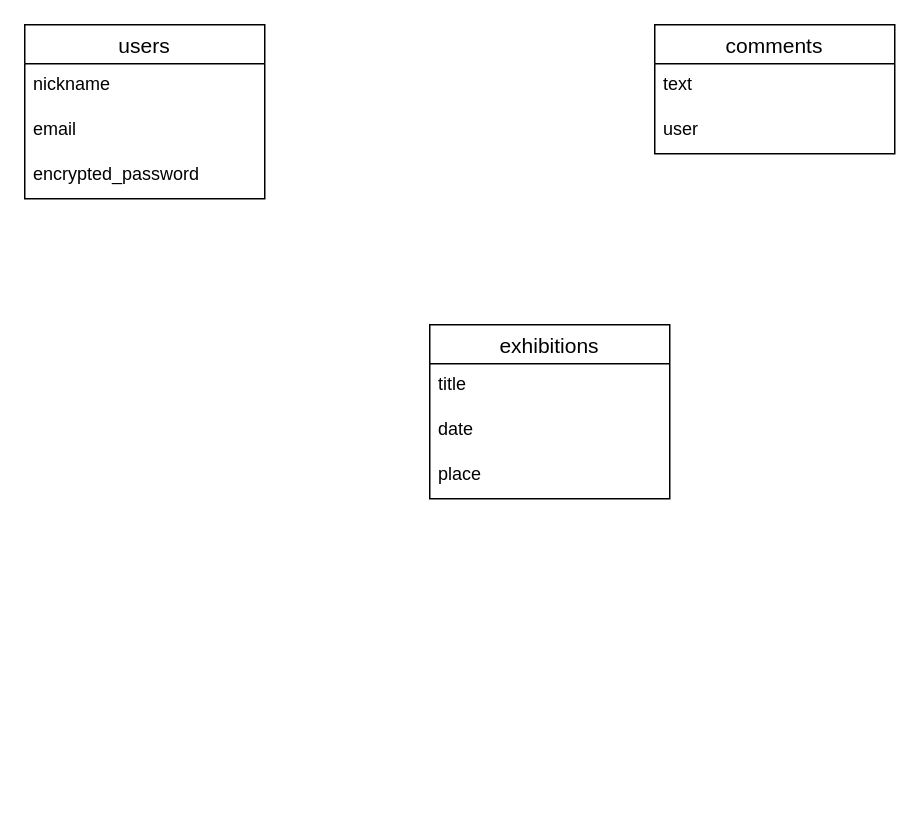
This is er.dio from mt1213123/artweb, a draw.io file, before an edit. Source tidied: cells renumbered, new cells numbered last; positions are measured from the earlier drawing's top-left corner, leaving out a move shared by most shapes. Both pictures are drawn from the tidied source at 150%, with x=0, y=0 at pixel (24, 24).
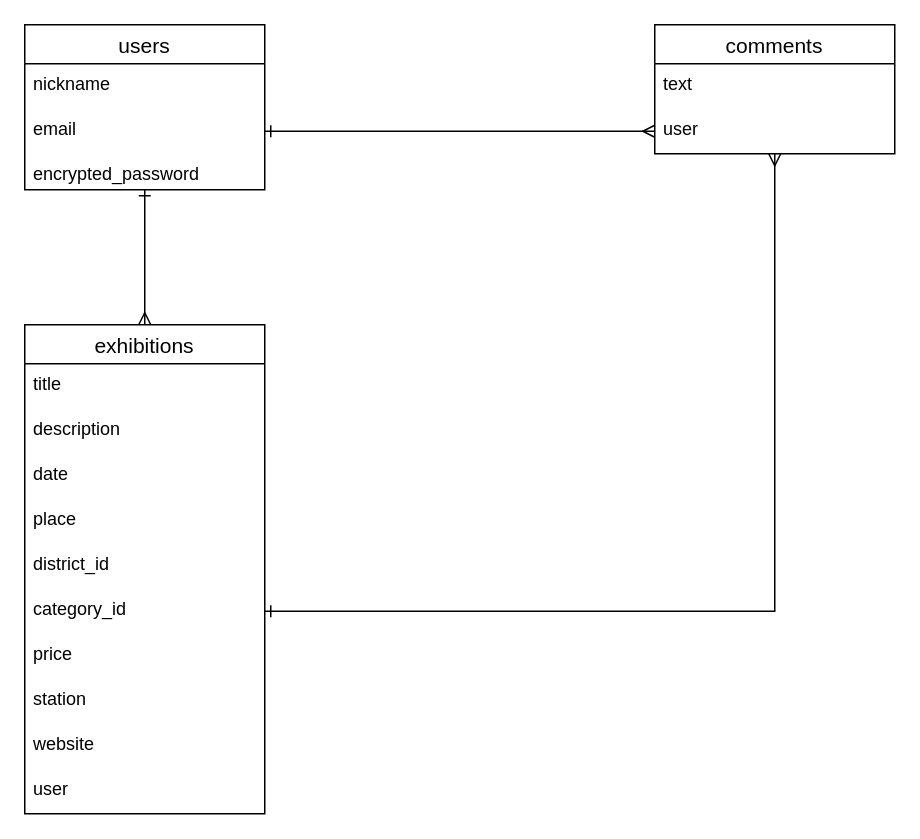
The same page after the edit.

Unchanged cells that the change refers to:
```xml
<mxCell id="4" value="email" style="text;strokeColor=none;fillColor=none;spacingLeft=4;spacingRight=4;overflow=hidden;points=[[0,0.5],[1,0.5]];portConstraint=eastwest;fontSize=12;" parent="2" vertex="1">
  <mxGeometry y="56" width="160" height="30" as="geometry" />
</mxCell>
<mxCell id="6" value="comments" style="swimlane;fontStyle=0;horizontal=1;startSize=26;align=center;fontSize=14;" parent="1" vertex="1">
  <mxGeometry x="420" width="160" height="86" as="geometry" />
</mxCell>
<mxCell id="8" value="user" style="text;strokeColor=none;fillColor=none;spacingLeft=4;spacingRight=4;overflow=hidden;points=[[0,0.5],[1,0.5]];portConstraint=eastwest;fontSize=12;" parent="6" vertex="1">
  <mxGeometry y="56" width="160" height="30" as="geometry" />
</mxCell>
```

Diff of the diagram source:
```diff
@@
+    <mxCell id="13" style="edgeStyle=orthogonalEdgeStyle;rounded=0;jettySize=auto;html=1;entryX=0.5;entryY=0;entryDx=0;entryDy=0;startArrow=ERone;startFill=0;endArrow=ERmany;endFill=0;" parent="1" edge="1" source="2" target="9">
+      <mxGeometry relative="1" as="geometry" />
+    </mxCell>
     <mxCell id="2" value="users" style="swimlane;fontStyle=0;horizontal=1;startSize=26;align=center;fontSize=14;" parent="1" vertex="1">
-      <mxGeometry width="160" height="116" as="geometry" />
+      <mxGeometry width="160" height="110" as="geometry" />
     </mxCell>
@@
     <mxCell id="5" value="encrypted_password" style="text;strokeColor=none;fillColor=none;spacingLeft=4;spacingRight=4;overflow=hidden;fontSize=12;" parent="2" vertex="1">
-      <mxGeometry y="86" width="160" height="30" as="geometry" />
+      <mxGeometry y="86" width="160" height="24" as="geometry" />
     </mxCell>
+    <mxCell id="14" style="edgeStyle=orthogonalEdgeStyle;rounded=0;jettySize=auto;html=1;entryX=1;entryY=0.5;entryDx=0;entryDy=0;startArrow=ERmany;startFill=0;endArrow=ERone;endFill=0;" parent="1" edge="1" source="6" target="17">
+      <mxGeometry relative="1" as="geometry" />
+    </mxCell>
@@
     <mxCell id="9" value="exhibitions" style="swimlane;fontStyle=0;horizontal=1;startSize=26;align=center;fontSize=14;" parent="1" vertex="1">
-      <mxGeometry x="270" y="200" width="160" height="116" as="geometry" />
+      <mxGeometry y="200" width="160" height="326" as="geometry" />
     </mxCell>
@@
+    <mxCell id="15" value="description" style="text;strokeColor=none;fillColor=none;spacingLeft=4;spacingRight=4;overflow=hidden;fontSize=12;" parent="9" vertex="1">
+      <mxGeometry y="56" width="160" height="30" as="geometry" />
+    </mxCell>
     <mxCell id="11" value="date" style="text;strokeColor=none;fillColor=none;spacingLeft=4;spacingRight=4;overflow=hidden;fontSize=12;" parent="9" vertex="1">
-      <mxGeometry y="56" width="160" height="30" as="geometry" />
+      <mxGeometry y="86" width="160" height="30" as="geometry" />
     </mxCell>
     <mxCell id="12" value="place" style="text;strokeColor=none;fillColor=none;spacingLeft=4;spacingRight=4;overflow=hidden;fontSize=12;" parent="9" vertex="1">
-      <mxGeometry y="86" width="160" height="30" as="geometry" />
+      <mxGeometry y="116" width="160" height="30" as="geometry" />
     </mxCell>
+    <mxCell id="16" value="district_id" style="text;strokeColor=none;fillColor=none;spacingLeft=4;spacingRight=4;overflow=hidden;fontSize=12;" parent="9" vertex="1">
+      <mxGeometry y="146" width="160" height="30" as="geometry" />
+    </mxCell>
+    <mxCell id="17" value="category_id" style="text;strokeColor=none;fillColor=none;spacingLeft=4;spacingRight=4;overflow=hidden;points=[[0,0.5],[1,0.5]];portConstraint=eastwest;fontSize=12;" parent="9" vertex="1">
+      <mxGeometry y="176" width="160" height="30" as="geometry" />
+    </mxCell>
+    <mxCell id="18" value="price" style="text;strokeColor=none;fillColor=none;spacingLeft=4;spacingRight=4;overflow=hidden;fontSize=12;" parent="9" vertex="1">
+      <mxGeometry y="206" width="160" height="30" as="geometry" />
+    </mxCell>
+    <mxCell id="19" value="station" style="text;strokeColor=none;fillColor=none;spacingLeft=4;spacingRight=4;overflow=hidden;fontSize=12;" parent="9" vertex="1">
+      <mxGeometry y="236" width="160" height="30" as="geometry" />
+    </mxCell>
+    <mxCell id="20" value="website" style="text;strokeColor=none;fillColor=none;spacingLeft=4;spacingRight=4;overflow=hidden;fontSize=12;" parent="9" vertex="1">
+      <mxGeometry y="266" width="160" height="30" as="geometry" />
+    </mxCell>
+    <mxCell id="21" value="user" style="text;strokeColor=none;fillColor=none;spacingLeft=4;spacingRight=4;overflow=hidden;fontSize=12;" parent="9" vertex="1">
+      <mxGeometry y="296" width="160" height="30" as="geometry" />
+    </mxCell>
+    <mxCell id="22" style="edgeStyle=orthogonalEdgeStyle;rounded=0;jettySize=auto;html=1;exitX=1;exitY=0.5;exitDx=0;exitDy=0;endArrow=ERmany;endFill=0;startArrow=ERone;startFill=0;" parent="1" edge="1" source="4" target="8">
+      <mxGeometry relative="1" as="geometry" />
+    </mxCell>
```
